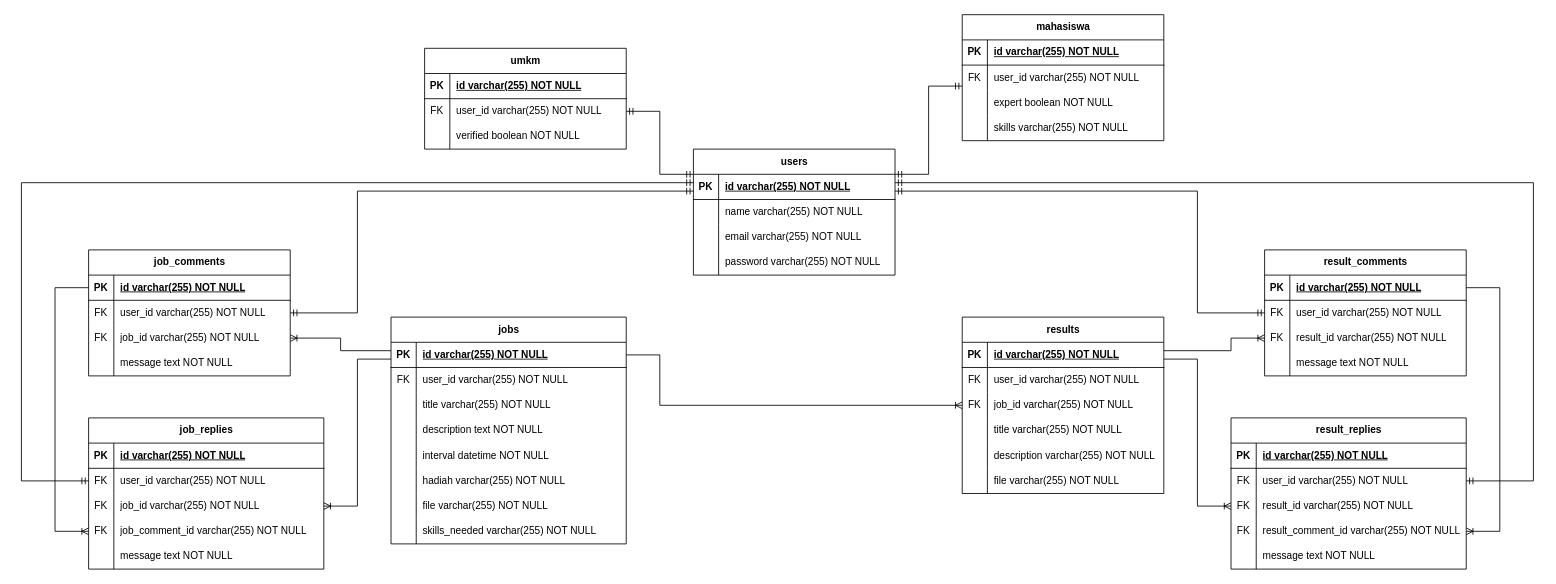
isalzufari/sayembaara keeps this draw.io diagram as Untitled Diagram.drawio. Above is the earlier version. Source tidied: cells renumbered, new cells numbered last; positions are measured from the earlier drawing's top-left corner, leaving out a move shared by most shapes. Both pictures are drawn from the tidied source at 84%, with x=0, y=0 at pixel (21, 14).
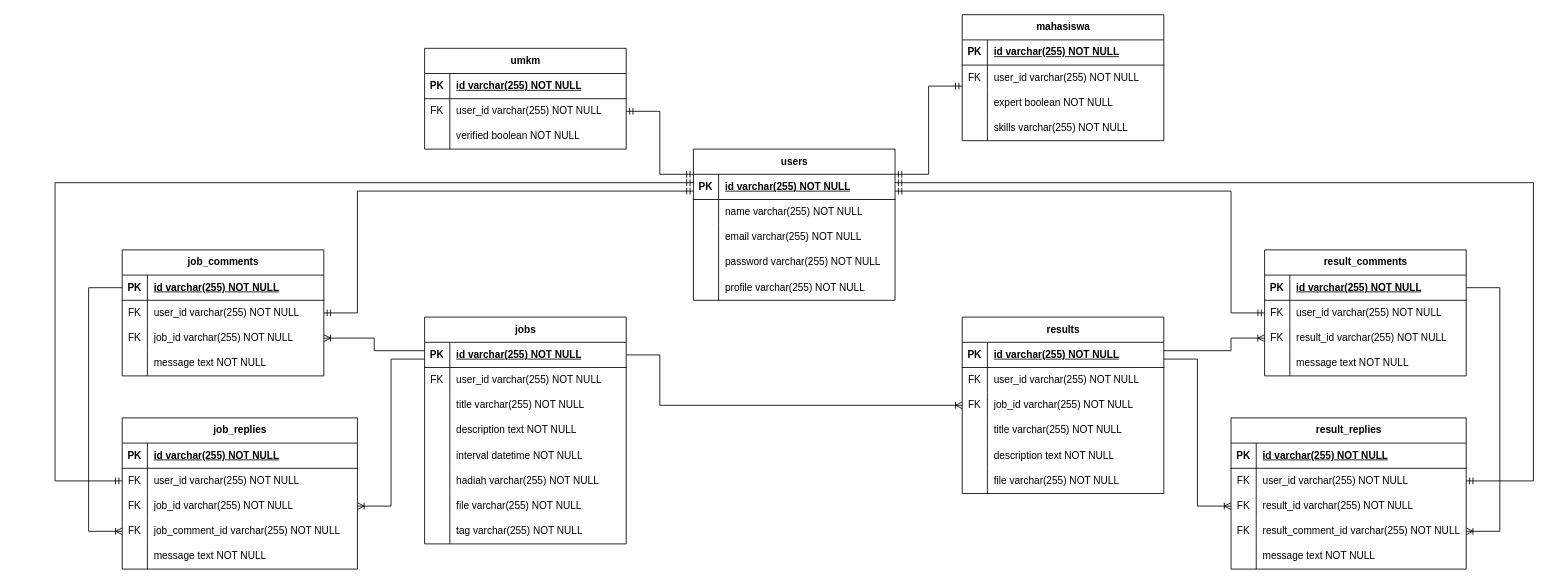
Above is the later version.

Commit message:
ERD: updated the jobs

Unchanged cells that the change refers to:
```xml
<mxCell id="3" style="shape=tableRow;horizontal=0;startSize=0;swimlaneHead=0;swimlaneBody=0;fillColor=none;points=[[0,0.5],[1,0.5]];portConstraint=eastwest;top=0;left=0;right=0;bottom=1;" parent="2" vertex="1">
  <mxGeometry y="30" width="240" height="30" as="geometry" />
</mxCell>
<mxCell id="41" style="shape=tableRow;horizontal=0;startSize=0;swimlaneHead=0;swimlaneBody=0;fillColor=none;points=[[0,0.5],[1,0.5]];portConstraint=eastwest;top=0;left=0;right=0;bottom=1;" parent="40" vertex="1">
  <mxGeometry y="30" width="240" height="30" as="geometry" />
</mxCell>
<mxCell id="47" style="shape=tableRow;horizontal=0;startSize=0;swimlaneHead=0;swimlaneBody=0;fillColor=none;points=[[0,0.5],[1,0.5]];portConstraint=eastwest;top=0;left=0;right=0;bottom=0;" parent="40" vertex="1">
  <mxGeometry y="90" width="240" height="30" as="geometry" />
</mxCell>
<mxCell id="57" style="shape=tableRow;horizontal=0;startSize=0;swimlaneHead=0;swimlaneBody=0;fillColor=none;points=[[0,0.5],[1,0.5]];portConstraint=eastwest;top=0;left=0;right=0;bottom=0;" parent="53" vertex="1">
  <mxGeometry y="60" width="280" height="30" as="geometry" />
</mxCell>
<mxCell id="60" style="shape=tableRow;horizontal=0;startSize=0;swimlaneHead=0;swimlaneBody=0;fillColor=none;points=[[0,0.5],[1,0.5]];portConstraint=eastwest;top=0;left=0;right=0;bottom=0;" parent="53" vertex="1">
  <mxGeometry y="90" width="280" height="30" as="geometry" />
</mxCell>
<mxCell id="63" style="shape=tableRow;horizontal=0;startSize=0;swimlaneHead=0;swimlaneBody=0;fillColor=none;points=[[0,0.5],[1,0.5]];portConstraint=eastwest;top=0;left=0;right=0;bottom=0;" parent="53" vertex="1">
  <mxGeometry y="120" width="280" height="30" as="geometry" />
</mxCell>
<mxCell id="82" style="shape=tableRow;horizontal=0;startSize=0;swimlaneHead=0;swimlaneBody=0;fillColor=none;top=0;left=0;right=0;bottom=0;" parent="69" vertex="1">
  <mxGeometry y="150" width="240" height="30" as="geometry" />
</mxCell>
<mxCell id="92" style="shape=tableRow;horizontal=0;startSize=0;swimlaneHead=0;swimlaneBody=0;fillColor=none;points=[[0,0.5],[1,0.5]];portConstraint=eastwest;top=0;left=0;right=0;bottom=0;" parent="88" vertex="1">
  <mxGeometry y="60" width="240" height="30" as="geometry" />
</mxCell>
```

The edit, as a diff of the source:
```diff
@@
     <mxCell id="2" value="users" style="shape=table;startSize=30;childLayout=tableLayout;rowLines=0;fontStyle=1;align=center;html=1;" parent="1" vertex="1">
-      <mxGeometry x="800" y="160" width="240" height="150" as="geometry" />
+      <mxGeometry x="800" y="160" width="240" height="180" as="geometry" />
     </mxCell>
@@
+    <mxCell id="153" style="shape=tableRow;horizontal=0;startSize=0;swimlaneHead=0;swimlaneBody=0;fillColor=none;top=0;left=0;right=0;bottom=0;" parent="2" vertex="1">
+      <mxGeometry y="150" width="240" height="30" as="geometry" />
+    </mxCell>
+    <mxCell id="154" style="shape=partialRectangle;fillColor=none;top=0;left=0;bottom=0;right=0;overflow=hidden;whiteSpace=wrap;html=1;" parent="153" vertex="1">
+      <mxGeometry width="30" height="30" as="geometry" />
+    </mxCell>
+    <mxCell id="155" value="profile varchar(255) NOT NULL" style="shape=partialRectangle;fillColor=none;top=0;left=0;bottom=0;right=0;align=left;spacingLeft=6;overflow=hidden;whiteSpace=wrap;html=1;" parent="153" vertex="1">
+      <mxGeometry x="30" width="210" height="30" as="geometry" />
+    </mxCell>
     <mxCell id="15" value="jobs" style="shape=table;startSize=30;childLayout=tableLayout;rowLines=0;fontStyle=1;align=center;html=1;" parent="1" vertex="1">
-      <mxGeometry x="440" y="360" width="280" height="270" as="geometry" />
+      <mxGeometry x="480" y="360" width="240" height="270" as="geometry" />
     </mxCell>
     <mxCell id="16" style="shape=tableRow;horizontal=0;startSize=0;swimlaneHead=0;swimlaneBody=0;fillColor=none;points=[[0,0.5],[1,0.5]];portConstraint=eastwest;top=0;left=0;right=0;bottom=1;" parent="15" vertex="1">
-      <mxGeometry y="30" width="280" height="30" as="geometry" />
+      <mxGeometry y="30" width="240" height="30" as="geometry" />
     </mxCell>
@@
     <mxCell id="18" value="id varchar(255) NOT NULL" style="shape=partialRectangle;fillColor=none;top=0;left=0;bottom=0;right=0;align=left;spacingLeft=6;fontStyle=5;overflow=hidden;whiteSpace=wrap;html=1;" parent="16" vertex="1">
-      <mxGeometry x="30" width="250" height="30" as="geometry" />
+      <mxGeometry x="30" width="210" height="30" as="geometry" />
     </mxCell>
     <mxCell id="19" style="shape=tableRow;horizontal=0;startSize=0;swimlaneHead=0;swimlaneBody=0;fillColor=none;top=0;left=0;right=0;bottom=0;" parent="15" vertex="1">
-      <mxGeometry y="60" width="280" height="30" as="geometry" />
+      <mxGeometry y="60" width="240" height="30" as="geometry" />
     </mxCell>
@@
     <mxCell id="21" value="user_id varchar(255) NOT NULL" style="shape=partialRectangle;fillColor=none;top=0;left=0;bottom=0;right=0;align=left;spacingLeft=6;overflow=hidden;whiteSpace=wrap;html=1;" parent="19" vertex="1">
-      <mxGeometry x="30" width="250" height="30" as="geometry" />
+      <mxGeometry x="30" width="210" height="30" as="geometry" />
     </mxCell>
     <mxCell id="22" style="shape=tableRow;horizontal=0;startSize=0;swimlaneHead=0;swimlaneBody=0;fillColor=none;top=0;left=0;right=0;bottom=0;" parent="15" vertex="1">
-      <mxGeometry y="90" width="280" height="30" as="geometry" />
+      <mxGeometry y="90" width="240" height="30" as="geometry" />
     </mxCell>
@@
     <mxCell id="24" value="title varchar(255) NOT NULL" style="shape=partialRectangle;fillColor=none;top=0;left=0;bottom=0;right=0;align=left;spacingLeft=6;overflow=hidden;whiteSpace=wrap;html=1;" parent="22" vertex="1">
-      <mxGeometry x="30" width="250" height="30" as="geometry" />
+      <mxGeometry x="30" width="210" height="30" as="geometry" />
     </mxCell>
     <mxCell id="25" style="shape=tableRow;horizontal=0;startSize=0;swimlaneHead=0;swimlaneBody=0;fillColor=none;top=0;left=0;right=0;bottom=0;" parent="15" vertex="1">
-      <mxGeometry y="120" width="280" height="30" as="geometry" />
+      <mxGeometry y="120" width="240" height="30" as="geometry" />
     </mxCell>
@@
     <mxCell id="27" value="description text NOT NULL" style="shape=partialRectangle;fillColor=none;top=0;left=0;bottom=0;right=0;align=left;spacingLeft=6;overflow=hidden;whiteSpace=wrap;html=1;" parent="25" vertex="1">
-      <mxGeometry x="30" width="250" height="30" as="geometry" />
+      <mxGeometry x="30" width="210" height="30" as="geometry" />
     </mxCell>
     <mxCell id="28" style="shape=tableRow;horizontal=0;startSize=0;swimlaneHead=0;swimlaneBody=0;fillColor=none;top=0;left=0;right=0;bottom=0;" parent="15" vertex="1">
-      <mxGeometry y="150" width="280" height="30" as="geometry" />
+      <mxGeometry y="150" width="240" height="30" as="geometry" />
     </mxCell>
@@
     <mxCell id="30" value="interval datetime NOT NULL" style="shape=partialRectangle;fillColor=none;top=0;left=0;bottom=0;right=0;align=left;spacingLeft=6;overflow=hidden;whiteSpace=wrap;html=1;" parent="28" vertex="1">
-      <mxGeometry x="30" width="250" height="30" as="geometry" />
+      <mxGeometry x="30" width="210" height="30" as="geometry" />
     </mxCell>
     <mxCell id="31" style="shape=tableRow;horizontal=0;startSize=0;swimlaneHead=0;swimlaneBody=0;fillColor=none;top=0;left=0;right=0;bottom=0;" parent="15" vertex="1">
-      <mxGeometry y="180" width="280" height="30" as="geometry" />
+      <mxGeometry y="180" width="240" height="30" as="geometry" />
     </mxCell>
@@
     <mxCell id="33" value="hadiah varchar(255) NOT NULL" style="shape=partialRectangle;fillColor=none;top=0;left=0;bottom=0;right=0;align=left;spacingLeft=6;overflow=hidden;whiteSpace=wrap;html=1;" parent="31" vertex="1">
-      <mxGeometry x="30" width="250" height="30" as="geometry" />
+      <mxGeometry x="30" width="210" height="30" as="geometry" />
     </mxCell>
     <mxCell id="34" style="shape=tableRow;horizontal=0;startSize=0;swimlaneHead=0;swimlaneBody=0;fillColor=none;top=0;left=0;right=0;bottom=0;" parent="15" vertex="1">
-      <mxGeometry y="210" width="280" height="30" as="geometry" />
+      <mxGeometry y="210" width="240" height="30" as="geometry" />
     </mxCell>
@@
     <mxCell id="36" value="file varchar(255) NOT NULL" style="shape=partialRectangle;fillColor=none;top=0;left=0;bottom=0;right=0;align=left;spacingLeft=6;overflow=hidden;whiteSpace=wrap;html=1;" parent="34" vertex="1">
-      <mxGeometry x="30" width="250" height="30" as="geometry" />
+      <mxGeometry x="30" width="210" height="30" as="geometry" />
     </mxCell>
     <mxCell id="37" style="shape=tableRow;horizontal=0;startSize=0;swimlaneHead=0;swimlaneBody=0;fillColor=none;top=0;left=0;right=0;bottom=0;" parent="15" vertex="1">
-      <mxGeometry y="240" width="280" height="30" as="geometry" />
+      <mxGeometry y="240" width="240" height="30" as="geometry" />
     </mxCell>
@@
-    <mxCell id="39" value="skills_needed varchar(255) NOT NULL" style="shape=partialRectangle;fillColor=none;top=0;left=0;bottom=0;right=0;align=left;spacingLeft=6;overflow=hidden;whiteSpace=wrap;html=1;" parent="37" vertex="1">
-      <mxGeometry x="30" width="250" height="30" as="geometry" />
+    <mxCell id="39" value="tag varchar(255) NOT NULL" style="shape=partialRectangle;fillColor=none;top=0;left=0;bottom=0;right=0;align=left;spacingLeft=6;overflow=hidden;whiteSpace=wrap;html=1;" parent="37" vertex="1">
+      <mxGeometry x="30" width="210" height="30" as="geometry" />
     </mxCell>
     <mxCell id="40" value="job_comments" style="shape=table;startSize=30;childLayout=tableLayout;rowLines=0;fontStyle=1;align=center;html=1;" parent="1" vertex="1">
-      <mxGeometry x="80" y="280" width="240" height="150" as="geometry" />
+      <mxGeometry x="120" y="280" width="240" height="150" as="geometry" />
     </mxCell>
@@
     <mxCell id="53" value="job_replies" style="shape=table;startSize=30;childLayout=tableLayout;rowLines=0;fontStyle=1;align=center;html=1;" parent="1" vertex="1">
-      <mxGeometry x="80" y="480" width="280" height="180" as="geometry" />
+      <mxGeometry x="120" y="480" width="280" height="180" as="geometry" />
     </mxCell>
@@
-    <mxCell id="84" value="description varchar(255) NOT NULL" style="shape=partialRectangle;fillColor=none;top=0;left=0;bottom=0;right=0;align=left;spacingLeft=6;overflow=hidden;whiteSpace=wrap;html=1;" parent="82" vertex="1">
+    <mxCell id="84" value="description text NOT NULL" style="shape=partialRectangle;fillColor=none;top=0;left=0;bottom=0;right=0;align=left;spacingLeft=6;overflow=hidden;whiteSpace=wrap;html=1;" parent="82" vertex="1">
       <mxGeometry x="30" width="210" height="30" as="geometry" />
     </mxCell>
@@
     <mxCell id="140" style="edgeStyle=orthogonalEdgeStyle;fontSize=12;html=1;endArrow=ERoneToMany;rounded=0;" parent="1" edge="1" source="41" target="63">
       <mxGeometry relative="1" as="geometry">
         <Array as="points">
-          <mxPoint x="40" y="325" />
-          <mxPoint x="40" y="615" />
+          <mxPoint x="80" y="325" />
+          <mxPoint x="80" y="615" />
         </Array>
       </mxGeometry>
     </mxCell>
     <mxCell id="141" style="edgeStyle=orthogonalEdgeStyle;fontSize=12;html=1;endArrow=ERoneToMany;rounded=0;" parent="1" edge="1" source="16" target="60">
       <mxGeometry relative="1" as="geometry">
         <Array as="points">
-          <mxPoint x="400" y="410" />
-          <mxPoint x="400" y="585" />
+          <mxPoint x="440" y="410" />
+          <mxPoint x="440" y="585" />
         </Array>
       </mxGeometry>
     </mxCell>
     <mxCell id="142" style="edgeStyle=orthogonalEdgeStyle;fontSize=12;html=1;endArrow=ERoneToMany;rounded=0;" parent="1" edge="1" source="16" target="47">
       <mxGeometry relative="1" as="geometry">
         <Array as="points">
-          <mxPoint x="380" y="400" />
-          <mxPoint x="380" y="385" />
+          <mxPoint x="420" y="400" />
+          <mxPoint x="420" y="385" />
         </Array>
       </mxGeometry>
     </mxCell>
@@
     <mxCell id="144" style="edgeStyle=orthogonalEdgeStyle;fontSize=12;html=1;endArrow=ERmandOne;startArrow=ERmandOne;rounded=0;" parent="1" edge="1" source="57" target="3">
       <mxGeometry relative="1" as="geometry">
         <Array as="points">
-          <mxPoint y="555" />
-          <mxPoint y="200" />
+          <mxPoint x="40" y="555" />
+          <mxPoint x="40" y="200" />
         </Array>
       </mxGeometry>
     </mxCell>
@@
     <mxCell id="147" style="edgeStyle=orthogonalEdgeStyle;fontSize=12;html=1;endArrow=ERmandOne;startArrow=ERmandOne;rounded=0;" parent="1" edge="1" source="92" target="3">
       <mxGeometry relative="1" as="geometry">
         <Array as="points">
-          <mxPoint x="1400" y="355" />
-          <mxPoint x="1400" y="210" />
+          <mxPoint x="1440" y="355" />
+          <mxPoint x="1440" y="210" />
         </Array>
       </mxGeometry>
     </mxCell>
```
